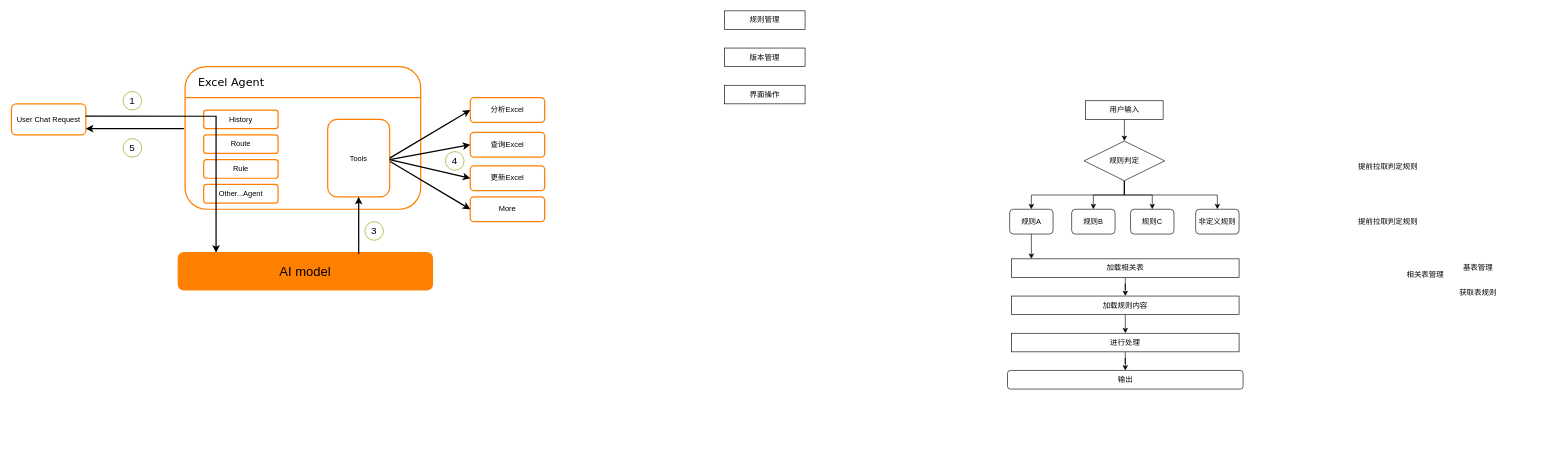
The draw.io diagram SSJJ2/ss2配表Agent.drawio in Ordertiny/graph, before the edit. Source tidied: cells renumbered, new cells numbered last; positions are measured from the earlier drawing's top-left corner, leaving out a move shared by most shapes. Both pictures are drawn from the tidied source at 62%, with x=0, y=0 at pixel (11, 11).
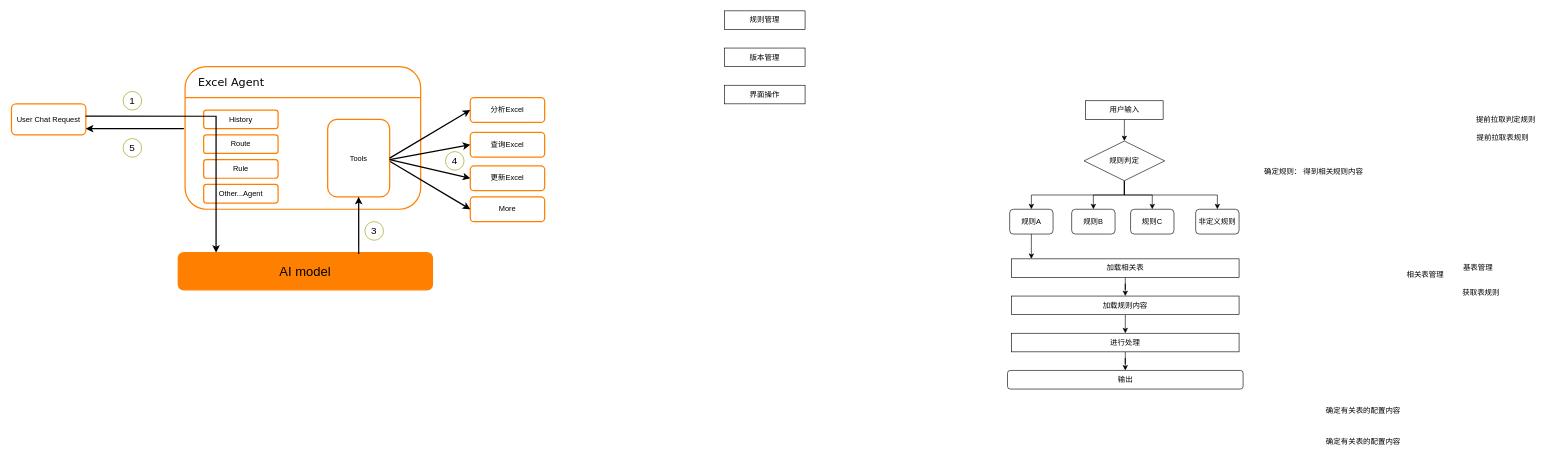
The same page after the edit.

Diff of the diagram source:
```diff
@@
     <mxCell id="50" value="提前拉取判定规则" style="text;html=1;align=center;verticalAlign=middle;strokeColor=none;fillColor=none;" parent="1" vertex="1">
-      <mxGeometry x="2160" y="236" width="120" height="30" as="geometry" />
+      <mxGeometry x="2350" y="160" width="120" height="30" as="geometry" />
     </mxCell>
-    <mxCell id="51" value="提前拉取判定规则" style="text;html=1;align=center;verticalAlign=middle;strokeColor=none;fillColor=none;" parent="1" vertex="1">
-      <mxGeometry x="2160" y="325" width="120" height="30" as="geometry" />
+    <mxCell id="51" value="提前拉取表规则" style="text;html=1;align=center;verticalAlign=middle;strokeColor=none;fillColor=none;" parent="1" vertex="1">
+      <mxGeometry x="2350" y="190" width="110" height="30" as="geometry" />
     </mxCell>
@@
     <mxCell id="54" value="获取表规则" style="text;html=1;align=center;verticalAlign=middle;strokeColor=none;fillColor=none;" parent="1" vertex="1">
-      <mxGeometry x="2325" y="440" width="80" height="30" as="geometry" />
+      <mxGeometry x="2330" y="440" width="80" height="30" as="geometry" />
     </mxCell>
+    <mxCell id="55" value="确定规则： 得到相关规则内容" style="text;html=1;align=center;verticalAlign=middle;strokeColor=none;fillColor=none;" parent="1" vertex="1">
+      <mxGeometry x="2010" y="244" width="180" height="30" as="geometry" />
+    </mxCell>
+    <mxCell id="56" value="确定有关表的配置内容" style="text;html=1;align=center;verticalAlign=middle;strokeColor=none;fillColor=none;" parent="1" vertex="1">
+      <mxGeometry x="2110" y="630" width="140" height="30" as="geometry" />
+    </mxCell>
+    <mxCell id="57" value="确定有关表的配置内容" style="text;html=1;align=center;verticalAlign=middle;strokeColor=none;fillColor=none;" parent="1" vertex="1">
+      <mxGeometry x="2110" y="680" width="140" height="30" as="geometry" />
+    </mxCell>
```
